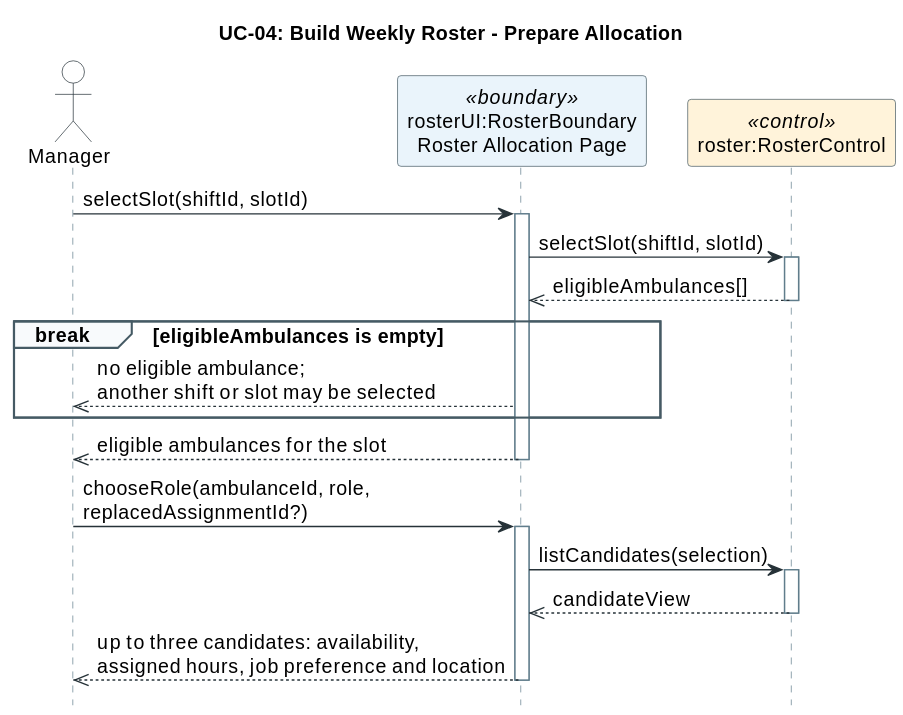
The PlantUML diagram sequence-diagrams/2026-10-07_23-40-00/uc-04-prepare-allocation.svg in Patriarch-Wong/IntroSE, before a commit.
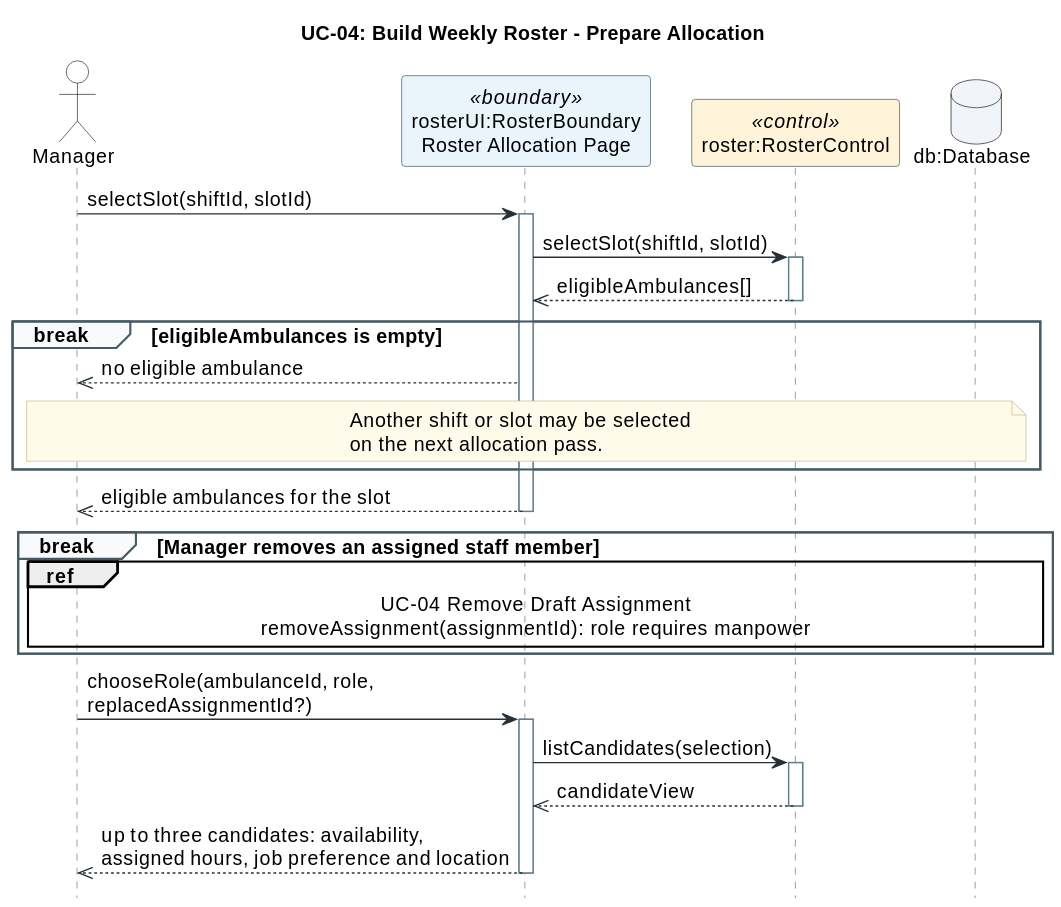
The same file after the commit.

Commit message:
Lay out UC-04 in scenario step order; fold removal into Prepare Allocation

What changed in the source:
```diff
@@ -27,6 +27,7 @@
 actor Manager as manager
 participant "rosterUI:RosterBoundary\nRoster Allocation Page" as rosterUI <<boundary>> #EAF4FB
 participant "roster:RosterControl" as roster <<control>> #FFF3DA
+database "db:Database" as db #F1F5F9
 
 manager -> rosterUI: selectSlot(shiftId, slotId)
 activate rosterUI
@@ -36,11 +37,22 @@
 deactivate roster
 
 break eligibleAmbulances is empty
-  rosterUI -->> manager: no eligible ambulance;\nanother shift or slot may be selected
+  rosterUI -->> manager: no eligible ambulance
+  note over manager, db
+    Another shift or slot may be selected
+    on the next allocation pass.
+  end note
 end
 
 rosterUI -->> manager: eligible ambulances for the slot
 deactivate rosterUI
+
+break Manager removes an assigned staff member
+  ref over manager, rosterUI, roster, db
+    UC-04 Remove Draft Assignment
+    removeAssignment(assignmentId): role requires manpower
+  end ref
+end
 
 manager -> rosterUI: chooseRole(ambulanceId, role,\nreplacedAssignmentId?)
 activate rosterUI
```
